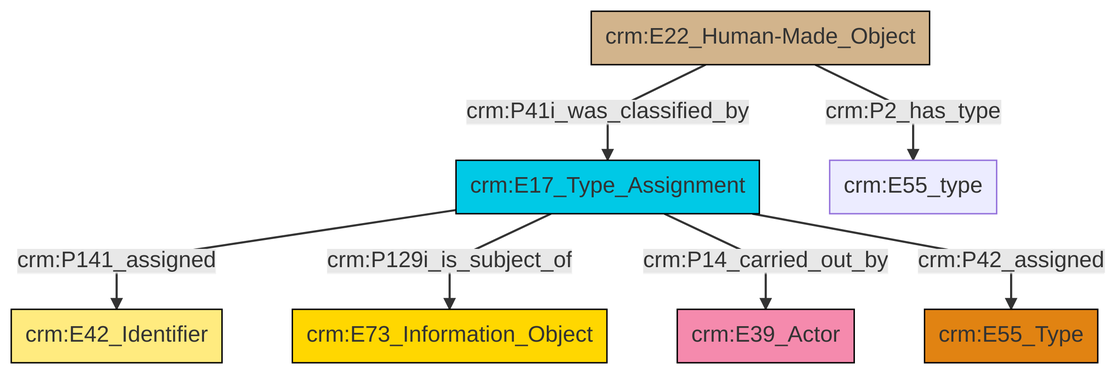
The Mermaid diagram et/builtWorkCSV/ttl/mmd/png/Built_Work_designation_status.png in swiss-art-research-net/reference-data-models, before a commit. Its source is kept beside it as et/builtWorkCSV/ttl/mmd/Built_Work_designation_status.ttl.mmd.
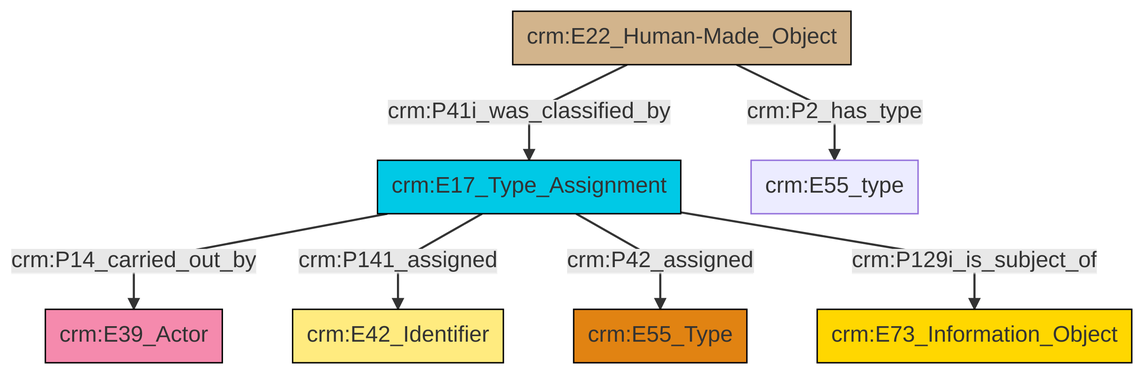
Above is the later version.

The edit, as a diff of the source:
```diff
@@ -13,9 +13,9 @@
 classDef PC_Classes fill:#4ce600, stroke:#000000;
 classDef Multi fill:#cccccc,stroke:#000000;
 
-4["crm:E22_Human-Made_Object"]:::Physical_Thing -->|crm:P2_has_type| 5["crm:E55_type"]:::Default
-0["crm:E17_Type_Assignment"]:::Temporal_Entity -->|crm:P141_assigned| 6["crm:E42_Identifier"]:::Appellation
-0["crm:E17_Type_Assignment"]:::Temporal_Entity -->|crm:P129i_is_subject_of| 10["crm:E73_Information_Object"]:::Conceptual_Object
-0["crm:E17_Type_Assignment"]:::Temporal_Entity -->|crm:P14_carried_out_by| 8["crm:E39_Actor"]:::Actor
-4["crm:E22_Human-Made_Object"]:::Physical_Thing -->|crm:P41i_was_classified_by| 0["crm:E17_Type_Assignment"]:::Temporal_Entity
-0["crm:E17_Type_Assignment"]:::Temporal_Entity -->|crm:P42_assigned| 2["crm:E55_Type"]:::Type
+5["crm:E17_Type_Assignment"]:::Temporal_Entity -->|crm:P14_carried_out_by| 7["crm:E39_Actor"]:::Actor
+5["crm:E17_Type_Assignment"]:::Temporal_Entity -->|crm:P141_assigned| 9["crm:E42_Identifier"]:::Appellation
+10["crm:E22_Human-Made_Object"]:::Physical_Thing -->|crm:P41i_was_classified_by| 5["crm:E17_Type_Assignment"]:::Temporal_Entity
+5["crm:E17_Type_Assignment"]:::Temporal_Entity -->|crm:P42_assigned| 0["crm:E55_Type"]:::Type
+10["crm:E22_Human-Made_Object"]:::Physical_Thing -->|crm:P2_has_type| 12["crm:E55_type"]:::Default
+5["crm:E17_Type_Assignment"]:::Temporal_Entity -->|crm:P129i_is_subject_of| 2["crm:E73_Information_Object"]:::Conceptual_Object
```
